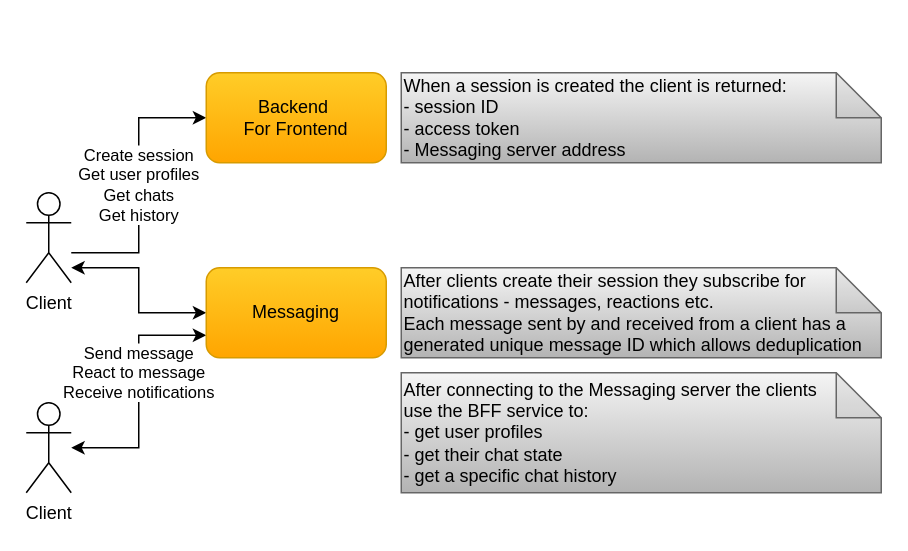
cvetomir-todorov/CecoChat keeps this draw.io diagram as docs/diagrams/cecochat-05-clients.drawio. Above is the earlier version. Source tidied: cells renumbered, new cells numbered last; positions are measured from the earlier drawing's top-left corner, leaving out a move shared by most shapes. Both pictures are drawn from the tidied source at 150%, with x=0, y=0 at pixel (26, 72).
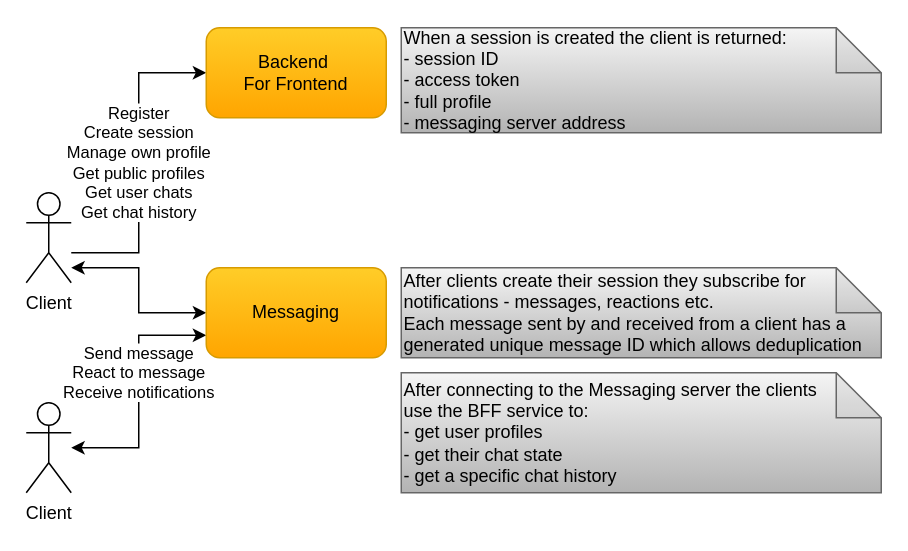
The same page after the edit.

Commit message (it also covers changes not shown here):
Add a new diagram for user-related functionality and update related existing diagrams

The edit, as a diff of the source:
```diff
@@
 <mxGraphModel>
   <root>
     <mxCell id="0" />
     <mxCell id="1" parent="0" />
-    <mxCell id="2" value="When a session is created the client is returned:&lt;br&gt;- session ID&lt;br&gt;- access token&lt;br&gt;- Messaging server address" style="shape=note;whiteSpace=wrap;html=1;backgroundOutline=1;darkOpacity=0.05;align=left;gradientColor=#b3b3b3;fillColor=#f5f5f5;strokeColor=#666666;" parent="1" vertex="1">
-      <mxGeometry x="250" width="320" height="60" as="geometry" />
+    <mxCell id="2" value="When a session is created the client is returned:&lt;br&gt;- session ID&lt;br&gt;- access token&lt;br&gt;- full profile&lt;br&gt;- messaging server address" style="shape=note;whiteSpace=wrap;html=1;backgroundOutline=1;darkOpacity=0.05;align=left;gradientColor=#b3b3b3;fillColor=#f5f5f5;strokeColor=#666666;" parent="1" vertex="1">
+      <mxGeometry x="250" y="-30" width="320" height="70" as="geometry" />
     </mxCell>
     <mxCell id="3" value="After clients create their session they&amp;nbsp;subscribe for notifications - messages, reactions etc.&lt;br&gt;Each message sent by and received from a client has a generated unique message ID which allows deduplication" style="shape=note;whiteSpace=wrap;html=1;backgroundOutline=1;darkOpacity=0.05;align=left;gradientColor=#b3b3b3;fillColor=#f5f5f5;strokeColor=#666666;" parent="1" vertex="1">
       <mxGeometry x="250" y="130" width="320" height="60" as="geometry" />
     </mxCell>
     <mxCell id="4" style="edgeStyle=orthogonalEdgeStyle;rounded=0;jettySize=auto;html=1;entryX=0;entryY=0.5;entryDx=0;entryDy=0;startArrow=classic;startFill=1;" parent="1" edge="1" source="6" target="9">
       <mxGeometry relative="1" as="geometry">
         <Array as="points">
           <mxPoint x="75" y="130" />
           <mxPoint x="75" y="160" />
         </Array>
       </mxGeometry>
     </mxCell>
-    <mxCell id="5" value="Create session&lt;br&gt;Get user profiles&lt;br&gt;Get chats&lt;br&gt;Get history" style="edgeStyle=orthogonalEdgeStyle;rounded=0;jettySize=auto;html=1;entryX=0;entryY=0.5;entryDx=0;entryDy=0;" parent="1" edge="1" source="6" target="10">
+    <mxCell id="5" value="Register&lt;br style=&quot;border-color: var(--border-color);&quot;&gt;Create session&lt;br style=&quot;border-color: var(--border-color);&quot;&gt;Manage own&amp;nbsp;profile&lt;br style=&quot;border-color: var(--border-color);&quot;&gt;Get public profiles&lt;br style=&quot;border-color: var(--border-color);&quot;&gt;Get user chats&lt;br style=&quot;border-color: var(--border-color);&quot;&gt;Get chat history" style="edgeStyle=orthogonalEdgeStyle;rounded=0;jettySize=auto;html=1;entryX=0;entryY=0.5;entryDx=0;entryDy=0;" parent="1" edge="1" source="6" target="10">
       <mxGeometry relative="1" as="geometry">
         <Array as="points">
           <mxPoint x="75" y="120" />
-          <mxPoint x="75" y="30" />
+          <mxPoint x="75" />
         </Array>
       </mxGeometry>
     </mxCell>
     <mxCell id="6" value="Client" style="shape=umlActor;verticalLabelPosition=bottom;verticalAlign=top;html=1;outlineConnect=0;" parent="1" vertex="1">
       <mxGeometry y="80" width="30" height="60" as="geometry" />
     </mxCell>
     <mxCell id="7" value="Send message&lt;br&gt;React to message&lt;br&gt;Receive notifications" style="edgeStyle=orthogonalEdgeStyle;rounded=0;jettySize=auto;html=1;entryX=0;entryY=0.75;entryDx=0;entryDy=0;startArrow=classic;startFill=1;" parent="1" edge="1" source="8" target="9">
       <mxGeometry x="0.15" relative="1" as="geometry" />
     </mxCell>
     <mxCell id="8" value="Client" style="shape=umlActor;verticalLabelPosition=bottom;verticalAlign=top;html=1;outlineConnect=0;" parent="1" vertex="1">
       <mxGeometry y="220" width="30" height="60" as="geometry" />
     </mxCell>
     <mxCell id="9" value="&lt;font style=&quot;font-size: 12px&quot;&gt;Messaging&lt;/font&gt;" style="rounded=1;whiteSpace=wrap;html=1;gradientColor=#ffa500;fillColor=#ffcd28;strokeColor=#d79b00;" parent="1" vertex="1">
       <mxGeometry x="120" y="130" width="120" height="60" as="geometry" />
     </mxCell>
     <mxCell id="10" value="&lt;font style=&quot;font-size: 12px&quot;&gt;Backend&amp;nbsp;&lt;br&gt;For Frontend&lt;/font&gt;" style="rounded=1;whiteSpace=wrap;html=1;gradientColor=#ffa500;fillColor=#ffcd28;strokeColor=#d79b00;" parent="1" vertex="1">
-      <mxGeometry x="120" width="120" height="60" as="geometry" />
+      <mxGeometry x="120" y="-30" width="120" height="60" as="geometry" />
     </mxCell>
     <mxCell id="11" value="After connecting to the Messaging server the clients&lt;br&gt;use the BFF service to:&lt;br&gt;- get user profiles&lt;br&gt;- get their chat state&lt;br&gt;- get a specific chat history" style="shape=note;whiteSpace=wrap;html=1;backgroundOutline=1;darkOpacity=0.05;align=left;gradientColor=#b3b3b3;fillColor=#f5f5f5;strokeColor=#666666;" parent="1" vertex="1">
       <mxGeometry x="250" y="200" width="320" height="80" as="geometry" />
     </mxCell>
   </root>
 </mxGraphModel>
```
